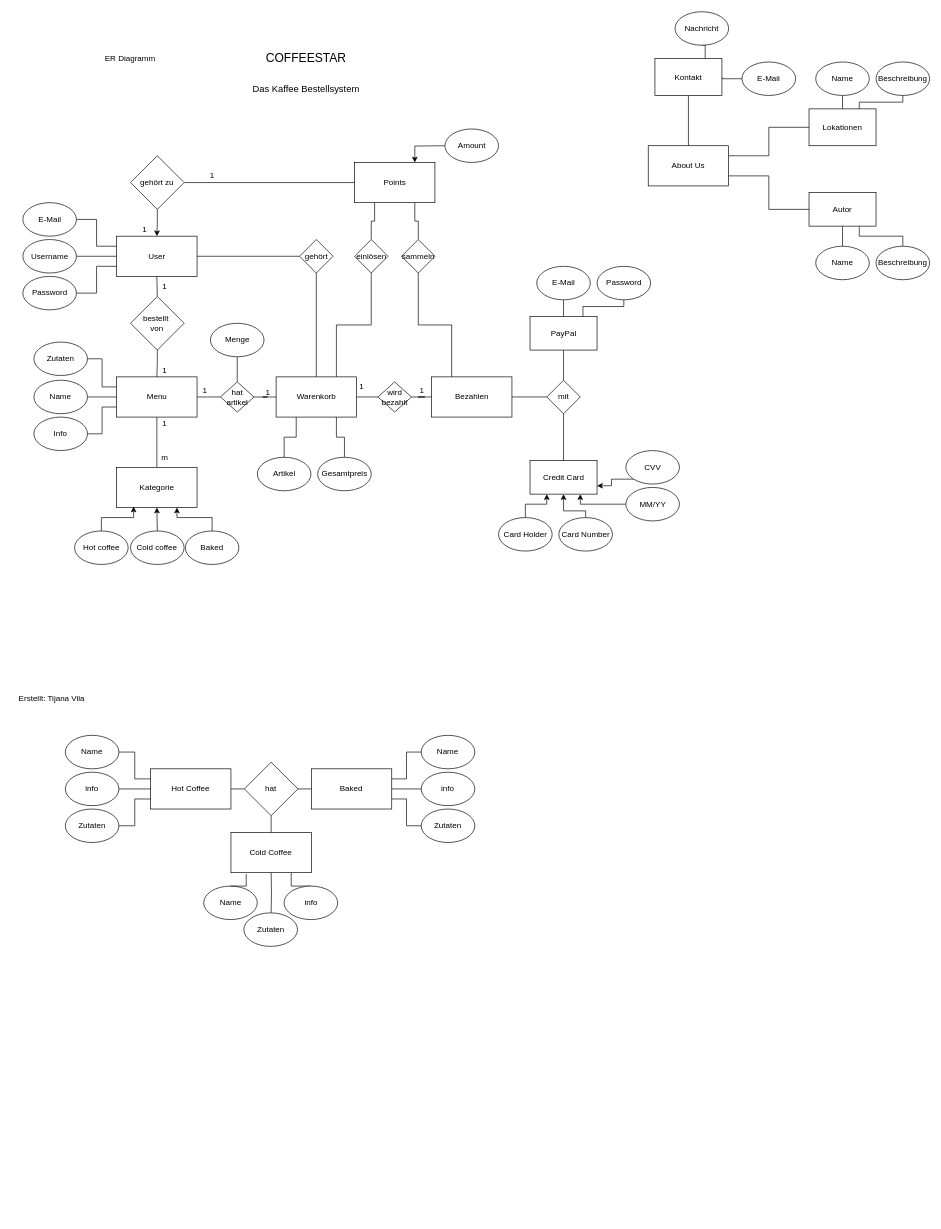
The draw.io diagram CoffeeStar-Planung/CoffeeStar-UML-K.drawio in TVil23/CoffeeStar, before the edit. Source tidied: cells renumbered, new cells numbered last; positions are measured from the earlier drawing's top-left corner, leaving out a move shared by most shapes. Both pictures are drawn from the tidied source at 67%, with x=0, y=0 at pixel (11, 11).
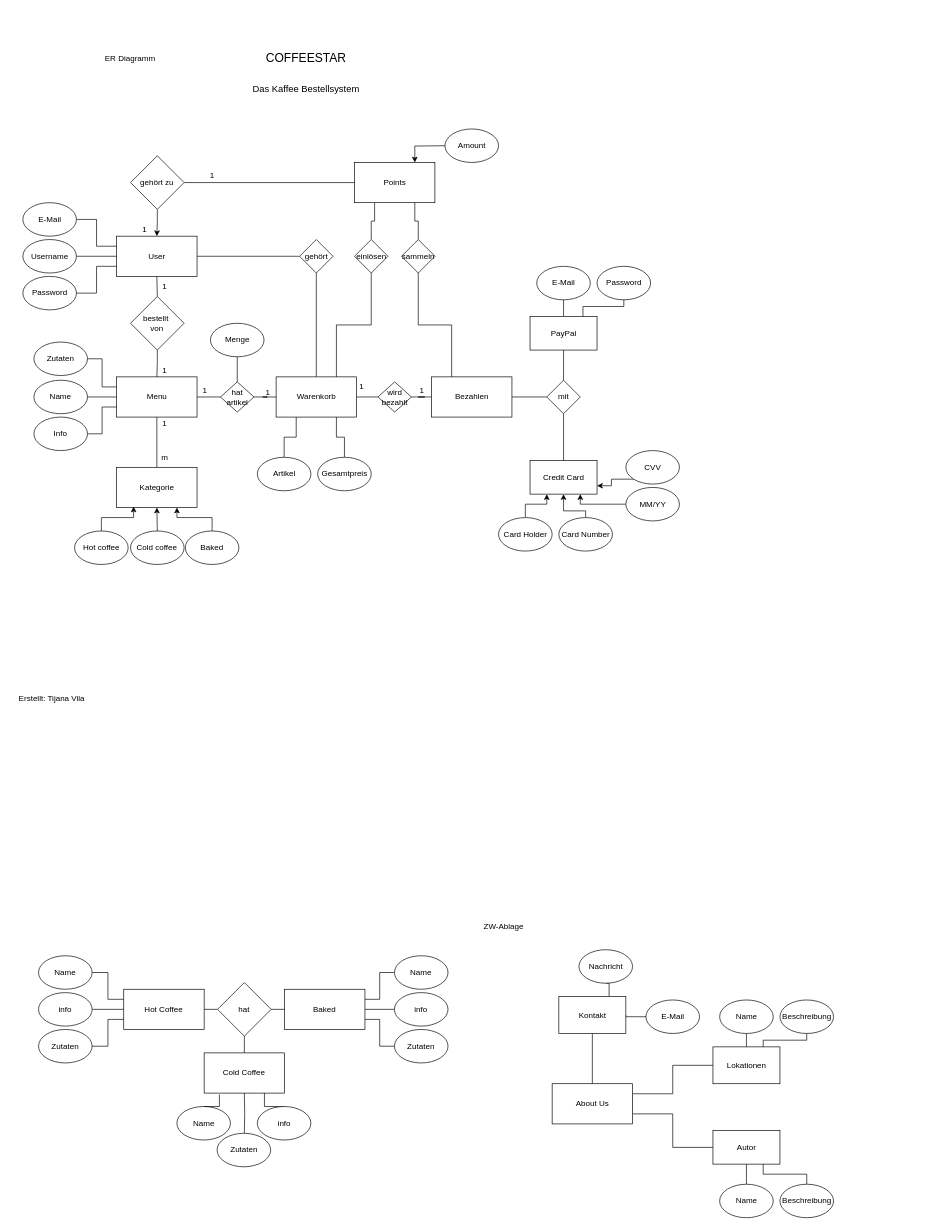
The same diagram, later.

The edit, as a diff of the source:
```diff
@@
     <mxCell id="33" value="Hot Coffee" style="rounded=0;whiteSpace=wrap;html=1;" parent="1" vertex="1">
-      <mxGeometry x="207.2" y="1130" width="120" height="60" as="geometry" />
+      <mxGeometry x="167.2" y="1459" width="120" height="60" as="geometry" />
     </mxCell>
     <mxCell id="34" value="Cold Coffee" style="rounded=0;whiteSpace=wrap;html=1;" parent="1" vertex="1">
-      <mxGeometry x="327.2" y="1225" width="120" height="60" as="geometry" />
+      <mxGeometry x="287.2" y="1554" width="120" height="60" as="geometry" />
     </mxCell>
     <mxCell id="35" value="Baked" style="rounded=0;whiteSpace=wrap;html=1;" parent="1" vertex="1">
-      <mxGeometry x="447.2" y="1130" width="120" height="60" as="geometry" />
+      <mxGeometry x="407.2" y="1459" width="120" height="60" as="geometry" />
     </mxCell>
@@
     <mxCell id="37" value="Name" style="ellipse;whiteSpace=wrap;html=1;" parent="1" vertex="1">
-      <mxGeometry x="80" y="1080" width="80" height="50" as="geometry" />
+      <mxGeometry x="40" y="1409" width="80" height="50" as="geometry" />
     </mxCell>
     <mxCell id="38" value="Name" style="ellipse;whiteSpace=wrap;html=1;" parent="1" vertex="1">
-      <mxGeometry x="286.5" y="1305" width="80" height="50" as="geometry" />
+      <mxGeometry x="246.5" y="1634" width="80" height="50" as="geometry" />
     </mxCell>
@@
     <mxCell id="40" value="Name" style="ellipse;whiteSpace=wrap;html=1;" parent="1" vertex="1">
-      <mxGeometry x="611.2" y="1080" width="80" height="50" as="geometry" />
+      <mxGeometry x="571.2" y="1409" width="80" height="50" as="geometry" />
     </mxCell>
@@
     <mxCell id="42" value="info" style="ellipse;whiteSpace=wrap;html=1;" parent="1" vertex="1">
-      <mxGeometry x="80" y="1135" width="80" height="50" as="geometry" />
+      <mxGeometry x="40" y="1464" width="80" height="50" as="geometry" />
     </mxCell>
@@
     <mxCell id="44" value="info" style="ellipse;whiteSpace=wrap;html=1;" parent="1" vertex="1">
-      <mxGeometry x="406.5" y="1305" width="80" height="50" as="geometry" />
+      <mxGeometry x="366.5" y="1634" width="80" height="50" as="geometry" />
     </mxCell>
@@
     <mxCell id="46" value="info" style="ellipse;whiteSpace=wrap;html=1;" parent="1" vertex="1">
-      <mxGeometry x="611.2" y="1135" width="80" height="50" as="geometry" />
+      <mxGeometry x="571.2" y="1464" width="80" height="50" as="geometry" />
     </mxCell>
@@
     <mxCell id="48" value="Zutaten" style="ellipse;whiteSpace=wrap;html=1;" parent="1" vertex="1">
-      <mxGeometry x="80" y="1190" width="80" height="50" as="geometry" />
+      <mxGeometry x="40" y="1519" width="80" height="50" as="geometry" />
     </mxCell>
     <mxCell id="49" style="edgeStyle=orthogonalEdgeStyle;rounded=0;jettySize=auto;html=1;exitX=0.5;exitY=0;exitDx=0;exitDy=0;entryX=0.5;entryY=1;entryDx=0;entryDy=0;endArrow=none;endFill=0;" parent="1" edge="1" target="34">
       <mxGeometry relative="1" as="geometry">
-        <mxPoint x="387.2" y="1345" as="sourcePoint" />
+        <mxPoint x="347.2" y="1674" as="sourcePoint" />
       </mxGeometry>
     </mxCell>
     <mxCell id="50" value="Zutaten" style="ellipse;whiteSpace=wrap;html=1;" parent="1" vertex="1">
-      <mxGeometry x="346.5" y="1345" width="80" height="50" as="geometry" />
+      <mxGeometry x="306.5" y="1674" width="80" height="50" as="geometry" />
     </mxCell>
@@
     <mxCell id="52" value="Zutaten" style="ellipse;whiteSpace=wrap;html=1;" parent="1" vertex="1">
-      <mxGeometry x="611.2" y="1190" width="80" height="50" as="geometry" />
+      <mxGeometry x="571.2" y="1519" width="80" height="50" as="geometry" />
     </mxCell>
@@
     <mxCell id="58" value="hat" style="rhombus;whiteSpace=wrap;html=1;" parent="1" vertex="1">
-      <mxGeometry x="347.2" y="1120" width="80" height="80" as="geometry" />
+      <mxGeometry x="307.2" y="1449" width="80" height="80" as="geometry" />
     </mxCell>
@@
     <mxCell id="83" value="About Us" style="rounded=0;whiteSpace=wrap;html=1;" parent="1" vertex="1">
-      <mxGeometry x="950" y="200" width="120" height="60" as="geometry" />
+      <mxGeometry x="806.6" y="1600" width="120" height="60" as="geometry" />
     </mxCell>
     <mxCell id="84" style="edgeStyle=orthogonalEdgeStyle;rounded=0;jettySize=auto;html=1;exitX=0.5;exitY=1;exitDx=0;exitDy=0;entryX=0.75;entryY=0;entryDx=0;entryDy=0;endArrow=none;endFill=0;" parent="1" edge="1" source="85" target="118">
       <mxGeometry relative="1" as="geometry">
         <Array as="points">
-          <mxPoint x="1330" y="135" />
-          <mxPoint x="1265" y="135" />
+          <mxPoint x="1186.6" y="1535" />
+          <mxPoint x="1121.6" y="1535" />
         </Array>
       </mxGeometry>
     </mxCell>
     <mxCell id="85" value="Beschreibung" style="ellipse;whiteSpace=wrap;html=1;" parent="1" vertex="1">
-      <mxGeometry x="1290" y="75" width="80" height="50" as="geometry" />
+      <mxGeometry x="1146.6" y="1475" width="80" height="50" as="geometry" />
     </mxCell>
@@
     <mxCell id="87" value="Name" style="ellipse;whiteSpace=wrap;html=1;" parent="1" vertex="1">
-      <mxGeometry x="1200" y="75" width="80" height="50" as="geometry" />
+      <mxGeometry x="1056.6" y="1475" width="80" height="50" as="geometry" />
     </mxCell>
@@
     <mxCell id="89" value="Name" style="ellipse;whiteSpace=wrap;html=1;" parent="1" vertex="1">
-      <mxGeometry x="1200" y="350" width="80" height="50" as="geometry" />
+      <mxGeometry x="1056.6" y="1750" width="80" height="50" as="geometry" />
     </mxCell>
     <mxCell id="90" style="edgeStyle=orthogonalEdgeStyle;rounded=0;jettySize=auto;html=1;exitX=0.5;exitY=0;exitDx=0;exitDy=0;entryX=0.75;entryY=1;entryDx=0;entryDy=0;endArrow=none;endFill=0;" parent="1" edge="1" source="91" target="119">
       <mxGeometry relative="1" as="geometry">
         <Array as="points">
-          <mxPoint x="1330" y="335" />
-          <mxPoint x="1265" y="335" />
+          <mxPoint x="1186.6" y="1735" />
+          <mxPoint x="1121.6" y="1735" />
         </Array>
       </mxGeometry>
     </mxCell>
     <mxCell id="91" value="Beschreibung" style="ellipse;whiteSpace=wrap;html=1;" parent="1" vertex="1">
-      <mxGeometry x="1290" y="350" width="80" height="50" as="geometry" />
+      <mxGeometry x="1146.6" y="1750" width="80" height="50" as="geometry" />
     </mxCell>
@@
     <mxCell id="93" value="E-Mail" style="ellipse;whiteSpace=wrap;html=1;" parent="1" vertex="1">
-      <mxGeometry x="1090" y="75" width="80" height="50" as="geometry" />
+      <mxGeometry x="946.6" y="1475" width="80" height="50" as="geometry" />
     </mxCell>
@@
     <mxCell id="95" value="Nachricht" style="ellipse;whiteSpace=wrap;html=1;" parent="1" vertex="1">
-      <mxGeometry x="990" width="80" height="50" as="geometry" />
+      <mxGeometry x="846.6" y="1400" width="80" height="50" as="geometry" />
     </mxCell>
@@
     <mxCell id="118" value="Lokationen" style="rounded=0;whiteSpace=wrap;html=1;" parent="1" vertex="1">
-      <mxGeometry x="1190" y="145" width="100" height="55" as="geometry" />
+      <mxGeometry x="1046.6" y="1545" width="100" height="55" as="geometry" />
     </mxCell>
     <mxCell id="119" value="Autor" style="rounded=0;whiteSpace=wrap;html=1;" parent="1" vertex="1">
-      <mxGeometry x="1190" y="270" width="100" height="50" as="geometry" />
+      <mxGeometry x="1046.6" y="1670" width="100" height="50" as="geometry" />
     </mxCell>
@@
     <mxCell id="129" value="Kontakt" style="rounded=0;whiteSpace=wrap;html=1;" parent="1" vertex="1">
-      <mxGeometry x="960" y="70" width="100" height="55" as="geometry" />
+      <mxGeometry x="816.6" y="1470" width="100" height="55" as="geometry" />
     </mxCell>
@@
+    <mxCell id="134" value="ZW-Ablage" style="text;html=1;align=center;verticalAlign=middle;strokeColor=none;fillColor=none;" parent="1" vertex="1">
+      <mxGeometry x="693.6" y="1350" width="80" height="30" as="geometry" />
+    </mxCell>
```
